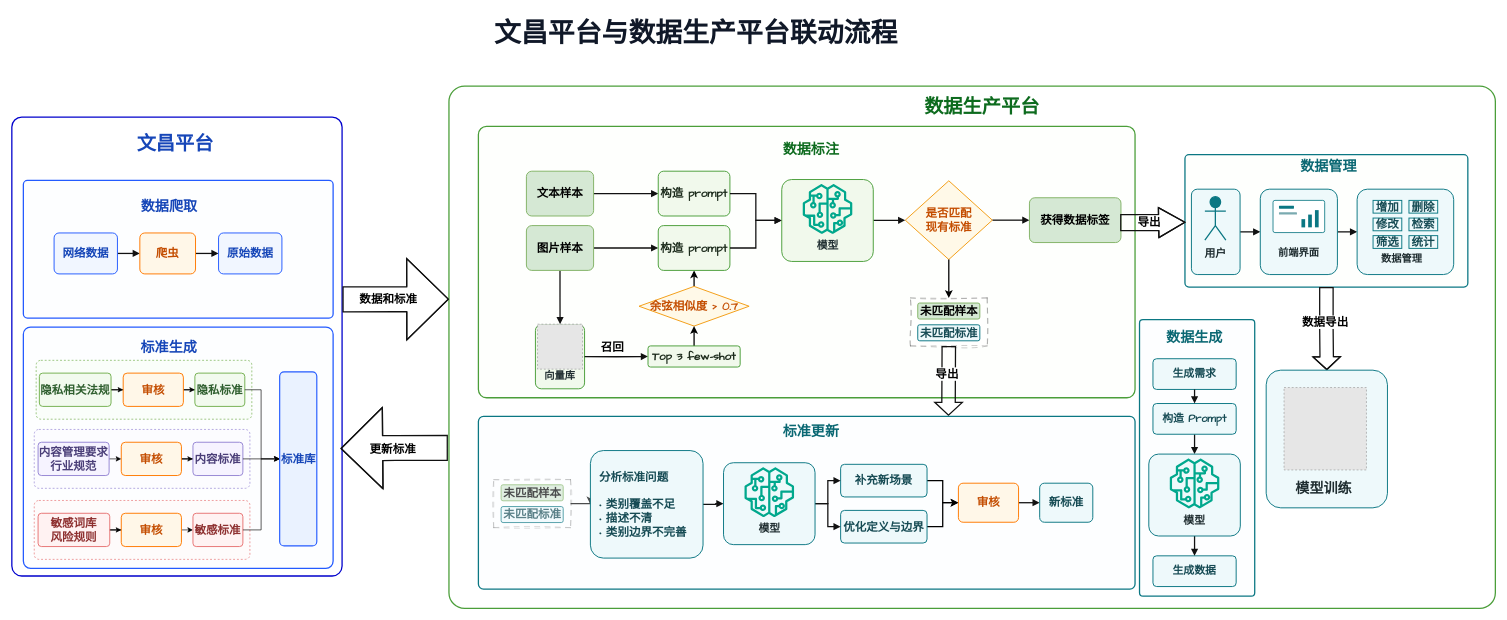
Earlier version of the draw.io diagram 文昌平台与数据生产平台联动流程.drawio (linslime/DrawIO). Source tidied: cells renumbered, new cells numbered last; positions are measured from the earlier drawing's top-left corner, leaving out a move shared by most shapes. Both pictures are drawn from the tidied source at 64%, with x=0, y=0 at pixel (12, 11). Pictures stored in the file or linked from it are replaced by grey dashed boxes.
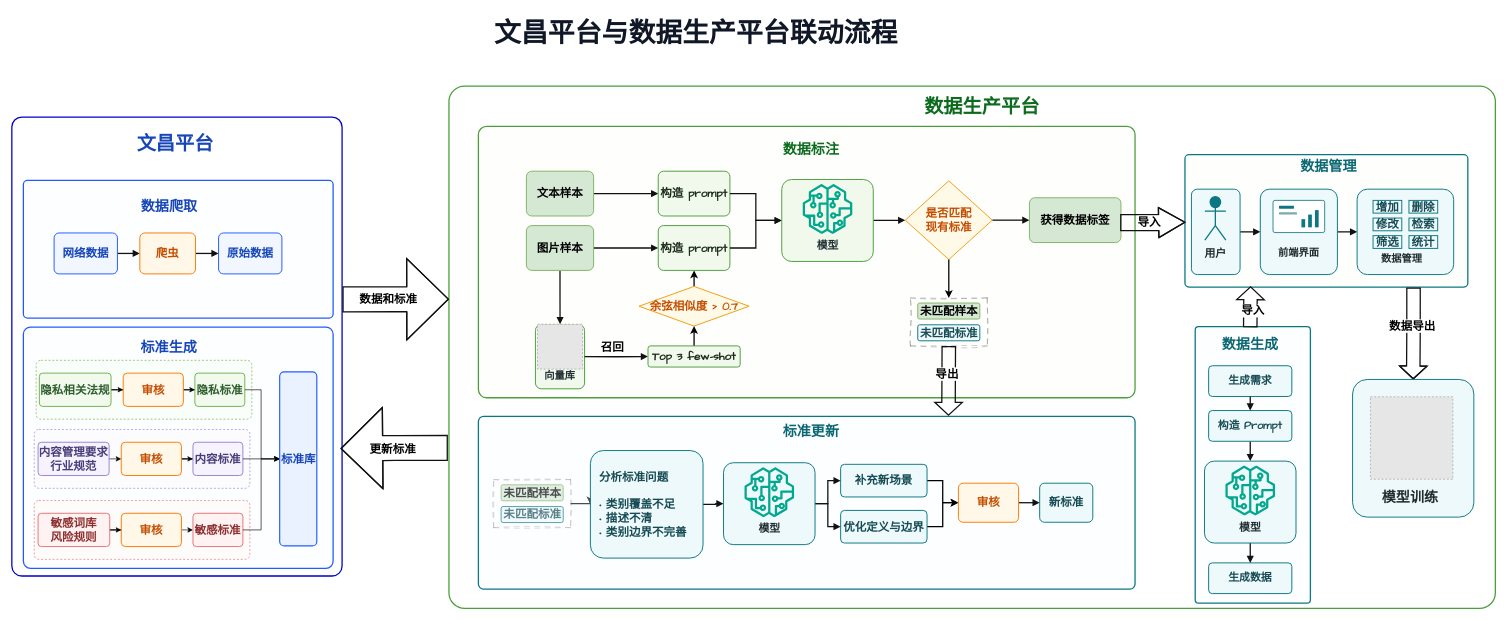
Above is the later version.

Commit message (it also covers changes not shown here):
更新文昌平台与数据生产平台联动流程.drawio

The change refers to these unchanged cells:
```xml
<mxCell id="37" style="rounded=1;arcSize=3;whiteSpace=wrap;html=1;fillColor=#F7FCFD;strokeWidth=2;strokeColor=#0B7783;fillColor=#FBFFF9;fillOpacity=30;align=center;verticalAlign=middle;fontFamily=Comic Sans MS;fontSize=12;fontColor=default;fontStyle=1;" parent="36" vertex="1">
  <mxGeometry y="3.2" width="442" height="206.8" as="geometry" />
</mxCell>
<mxCell id="62" style="shape=flexArrow;endArrow=classic;html=1;rounded=0;strokeColor=#111111;strokeWidth=2;align=center;verticalAlign=middle;fontFamily=Comic Sans MS;fontSize=11;fontColor=default;fontStyle=1;labelBackgroundColor=default;edgeStyle=orthogonalEdgeStyle;exitX=0.991;exitY=0.557;exitDx=0;exitDy=0;entryX=0.002;entryY=0.51;entryDx=0;entryDy=0;entryPerimeter=0;exitPerimeter=0;width=24;endSize=13;" parent="1" edge="1" source="30" target="37">
  <mxGeometry relative="1" as="geometry" />
</mxCell>
<mxCell id="115" style="rounded=1;arcSize=12;whiteSpace=wrap;html=1;align=center;verticalAlign=middle;strokeWidth=1.5;shadow=0;strokeColor=#0B7783;fillColor=#EEF9FB;fontFamily=Comic Sans MS;fontStyle=1;" parent="114" vertex="1">
  <mxGeometry x="4.9" width="189.5" height="215.1" as="geometry" />
</mxCell>
```

Diff of the diagram source:
```diff
@@
     <mxCell id="2" style="rounded=1;arcSize=3;whiteSpace=wrap;html=1;fillColor=#F7FCFD;strokeWidth=2;strokeColor=#0B7783;fillOpacity=30;fontFamily=Comic Sans MS;fontStyle=1;" parent="1" vertex="1">
-      <mxGeometry x="1762" y="482" width="180" height="432" as="geometry" />
+      <mxGeometry x="1849" y="493" width="180" height="432" as="geometry" />
     </mxCell>
@@
-    <mxCell id="63" value="导出" style="edgeLabel;html=1;align=center;verticalAlign=middle;fontFamily=Comic Sans MS;fontSize=18;fontColor=default;fontStyle=1;labelBackgroundColor=default;" parent="62" vertex="1">
+    <mxCell id="63" value="导入" style="edgeLabel;html=1;align=center;verticalAlign=middle;fontFamily=Comic Sans MS;fontSize=18;fontColor=default;fontStyle=1;labelBackgroundColor=default;" parent="62" vertex="1">
       <mxGeometry x="0.42" y="-3" relative="1" as="geometry">
         <mxPoint x="-27" y="-3" as="offset" />
       </mxGeometry>
     </mxCell>
@@
-    <mxCell id="103" style="shape=flexArrow;endArrow=classic;html=1;rounded=0;strokeColor=#111111;strokeWidth=2;align=center;verticalAlign=middle;fontFamily=Comic Sans MS;fontSize=11;fontColor=default;fontStyle=1;labelBackgroundColor=default;edgeStyle=orthogonalEdgeStyle;exitX=0.5;exitY=1;exitDx=0;exitDy=0;entryX=0.5;entryY=0;entryDx=0;entryDy=0;width=20;" parent="1" edge="1" source="37" target="115">
+    <mxCell id="103" style="shape=flexArrow;endArrow=classic;html=1;rounded=0;strokeColor=#111111;strokeWidth=2;align=center;verticalAlign=middle;fontFamily=Comic Sans MS;fontSize=11;fontColor=default;fontStyle=1;labelBackgroundColor=default;edgeStyle=orthogonalEdgeStyle;exitX=0.808;exitY=1.003;exitDx=0;exitDy=0;entryX=0.5;entryY=0;entryDx=0;entryDy=0;width=20;exitPerimeter=0;" parent="1" edge="1" source="37" target="115">
       <mxGeometry relative="1" as="geometry" />
     </mxCell>
@@
     <mxCell id="114" style="group;" parent="1" vertex="1">
-      <mxGeometry x="1955" y="560.9" width="194.4" height="215.1" as="geometry" />
+      <mxGeometry x="2090" y="575.4" width="194.4" height="215.1" as="geometry" />
     </mxCell>
@@
     <mxCell id="139" value="数据生成" style="text;html=1;align=center;verticalAlign=middle;whiteSpace=wrap;rounded=0;strokeColor=none;fillColor=none;fontFamily=Comic Sans MS;fontSize=22;fontStyle=1;fontColor=#0B6873;" parent="1" vertex="1">
-      <mxGeometry x="1768" y="491" width="160" height="40" as="geometry" />
+      <mxGeometry x="1855" y="502" width="160" height="40" as="geometry" />
     </mxCell>
     <mxCell id="140" value="生成需求" style="rounded=1;arcSize=12;whiteSpace=wrap;html=1;align=center;verticalAlign=middle;strokeWidth=1.5;shadow=0;fontFamily=Comic Sans MS;fontSize=17;fontColor=#164B54;strokeColor=#0B7783;fillColor=#EEF9FB;fontStyle=1;" parent="1" vertex="1">
-      <mxGeometry x="1783" y="543" width="130" height="48" as="geometry" />
+      <mxGeometry x="1870" y="554" width="130" height="48" as="geometry" />
     </mxCell>
@@
     <mxCell id="142" value="构造 Prompt" style="rounded=1;arcSize=12;whiteSpace=wrap;html=1;align=center;verticalAlign=middle;strokeWidth=1.5;shadow=0;fontFamily=Comic Sans MS;fontSize=17;fontColor=#164B54;strokeColor=#0B7783;fillColor=#EEF9FB;fontStyle=1;" parent="1" vertex="1">
-      <mxGeometry x="1783" y="613" width="130" height="48" as="geometry" />
+      <mxGeometry x="1870" y="624" width="130" height="48" as="geometry" />
     </mxCell>
     <mxCell id="143" value="生成数据" style="rounded=1;arcSize=12;whiteSpace=wrap;html=1;align=center;verticalAlign=middle;strokeWidth=1.5;shadow=0;fontFamily=Comic Sans MS;fontSize=17;fontColor=#164B54;strokeColor=#0B7783;fillColor=#EEF9FB;fontStyle=1;" parent="1" vertex="1">
-      <mxGeometry x="1783" y="851" width="130" height="48" as="geometry" />
+      <mxGeometry x="1870" y="862" width="130" height="48" as="geometry" />
     </mxCell>
@@
     <mxCell id="146" style="rounded=1;arcSize=12;whiteSpace=wrap;html=1;align=center;verticalAlign=middle;strokeWidth=1.5;shadow=0;fontFamily=Comic Sans MS;fontSize=16;fontColor=#164B54;strokeColor=#0B7783;fillColor=#EEF9FB;align=left;spacingLeft=12;fontStyle=1;" parent="1" vertex="1">
-      <mxGeometry x="1776.5" y="692" width="143" height="128" as="geometry" />
+      <mxGeometry x="1863.5" y="703" width="143" height="128" as="geometry" />
     </mxCell>
     <mxCell id="147" style="sketch=0;fontColor=#232F3E;gradientColor=none;fillColor=#01A88D;strokeColor=none;dashed=0;verticalLabelPosition=bottom;verticalAlign=top;align=center;html=1;fontSize=12;fontStyle=0;shape=mxgraph.aws4.sagemaker_model;hachureGap=4;jiggle=2;curveFitting=1;fontFamily=Architects Daughter;" parent="1" vertex="1">
-      <mxGeometry x="1809" y="699" width="78" height="78" as="geometry" />
+      <mxGeometry x="1896" y="710" width="78" height="78" as="geometry" />
     </mxCell>
     <mxCell id="148" value="模型" style="text;html=1;align=center;verticalAlign=middle;whiteSpace=wrap;rounded=0;strokeColor=none;fillColor=none;fontFamily=Comic Sans MS;fontSize=17;fontColor=#1F2D30;fontStyle=1;" parent="1" vertex="1">
-      <mxGeometry x="1810" y="777" width="76" height="37.4" as="geometry" />
+      <mxGeometry x="1897" y="788" width="76" height="37.4" as="geometry" />
     </mxCell>
+    <mxCell id="149" style="shape=flexArrow;endArrow=classic;html=1;rounded=0;strokeColor=#111111;strokeWidth=2;align=center;verticalAlign=middle;fontFamily=Comic Sans MS;fontSize=11;fontColor=default;fontStyle=1;labelBackgroundColor=default;edgeStyle=orthogonalEdgeStyle;entryX=0.232;entryY=0.994;entryDx=0;entryDy=0;width=20;entryPerimeter=0;" parent="1" edge="1" target="37">
+      <mxGeometry relative="1" as="geometry">
+        <mxPoint x="1935" y="494" as="sourcePoint" />
+      </mxGeometry>
+    </mxCell>
+    <mxCell id="150" value="&lt;font style=&quot;font-size: 18px;&quot;&gt;导入&lt;/font&gt;" style="edgeLabel;html=1;align=center;verticalAlign=middle;fontFamily=Comic Sans MS;fontSize=11;fontColor=default;fontStyle=1;labelBackgroundColor=default;" parent="149" vertex="1">
+      <mxGeometry x="-0.17" y="-3" relative="1" as="geometry" />
+    </mxCell>
```
